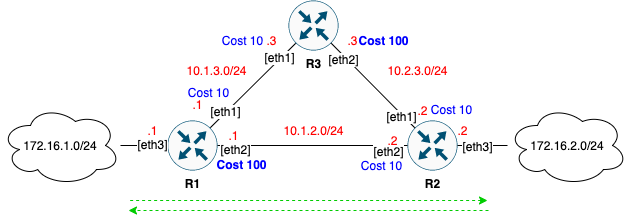
Earlier version of the draw.io export lab24/diagram_sym.png (gs1571/otus-linux). Source tidied: cells renumbered, new cells last; positions are measured from the earlier drawing's top-left corner, leaving out a move shared by most shapes.
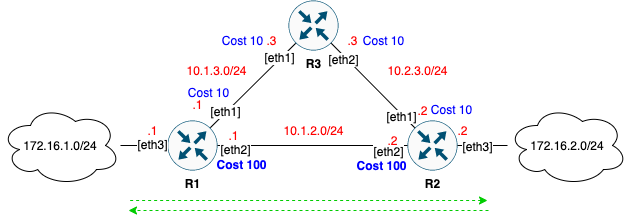
Above is the later version.

Diff of the diagram source:
```diff
@@ -102,11 +102,11 @@
     <mxCell id="31" value="Cost 10" style="text;html=1;align=center;verticalAlign=middle;fontColor=#0000FF;" parent="1" vertex="1">
       <mxGeometry x="421" y="99" width="60" height="20" as="geometry" />
     </mxCell>
-    <mxCell id="32" value="&lt;b&gt;Cost 100&lt;/b&gt;" style="text;html=1;align=center;verticalAlign=middle;fontColor=#0000FF;" parent="1" vertex="1">
-      <mxGeometry x="348" y="30" width="70" height="20" as="geometry" />
+    <mxCell id="32" value="&lt;span&gt;Cost 10&lt;/span&gt;" style="text;html=1;align=center;verticalAlign=middle;fontColor=#0000FF;fontStyle=0;" parent="1" vertex="1">
+      <mxGeometry x="353" y="30" width="60" height="20" as="geometry" />
     </mxCell>
-    <mxCell id="33" value="Cost 10" style="text;html=1;align=center;verticalAlign=middle;fontColor=#0000FF;" parent="1" vertex="1">
-      <mxGeometry x="351" y="155" width="60" height="20" as="geometry" />
+    <mxCell id="33" value="Cost 100" style="text;html=1;align=center;verticalAlign=middle;fontColor=#0000FF;fontStyle=1;" parent="1" vertex="1">
+      <mxGeometry x="346" y="155" width="70" height="20" as="geometry" />
     </mxCell>
     <mxCell id="34" value="Cost 100" style="text;html=1;align=center;verticalAlign=middle;fontColor=#0000FF;fontStyle=1;" parent="1" vertex="1">
       <mxGeometry x="206" y="154" width="70" height="20" as="geometry" />
```
